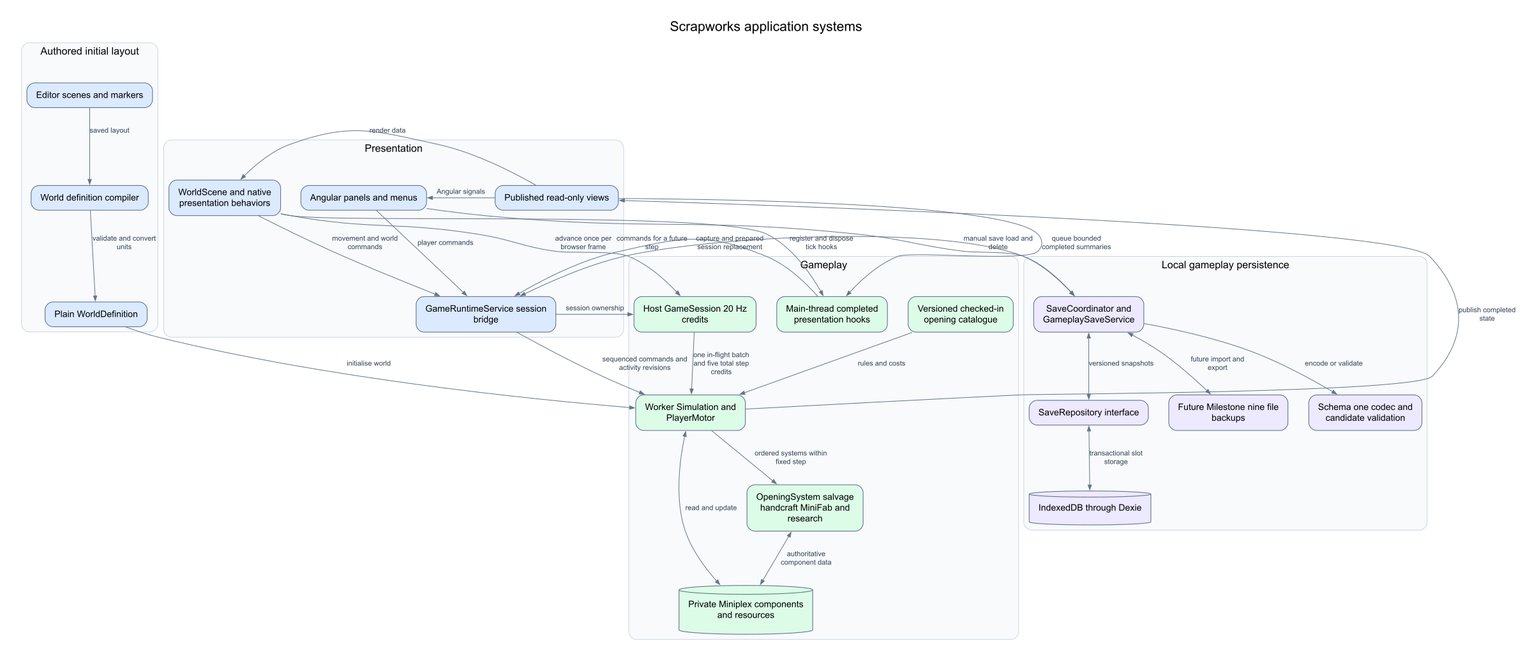
Above: docs/diagrams/system-interactions.png in Googlproxer/Scrapworks (Mermaid), before the change. Its source is kept beside it as docs/diagrams/src/system-interactions.mmd.
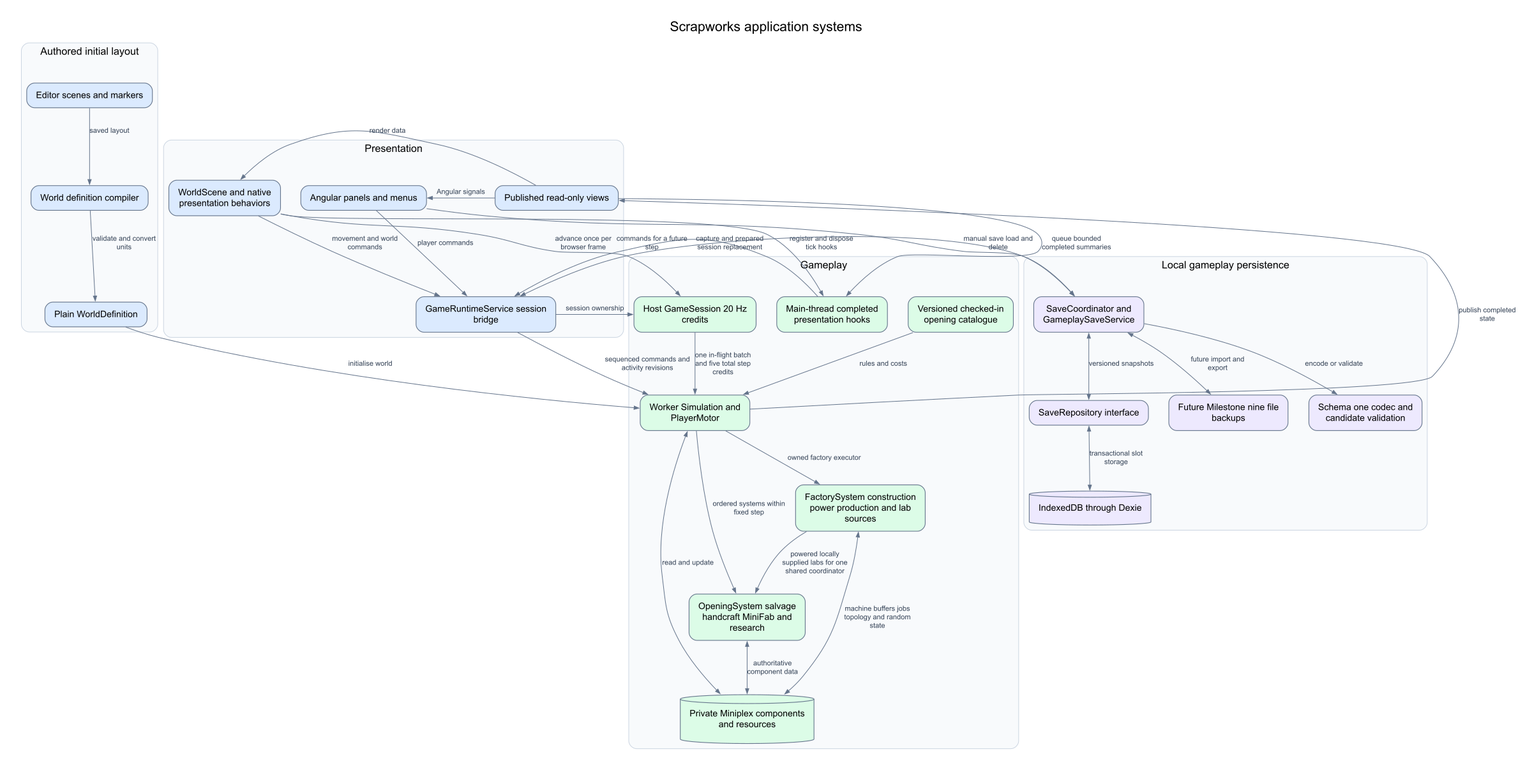
After the commit.

The edit, as a diff of the source:
```diff
@@ -19,6 +19,7 @@
         State[(Private Miniplex components and resources)]
         Content[Versioned checked-in opening catalogue]
         ECS[OpeningSystem salvage handcraft MiniFab and research]
+        Factory[FactorySystem construction power production and lab sources]
     end
 
     subgraph Persistence[Local gameplay persistence]
@@ -42,6 +43,9 @@
     Hooks -->|commands for a future step| Facade
     Loop -->|one in-flight batch and five total step credits| Sim
     Sim -->|ordered systems within fixed step| ECS
+    Sim -->|owned factory executor| Factory
+    Factory <-->|machine buffers jobs topology and random state| State
+    Factory -->|powered locally supplied labs for one shared coordinator| ECS
     ECS <-->|authoritative component data| State
     Content -->|rules and costs| Sim
     Sim <-->|read and update| State
```
